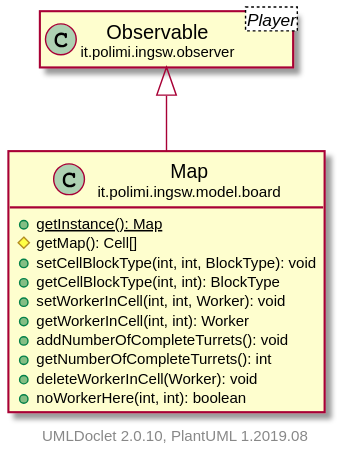
The PlantUML diagram deliverables/docs/it/polimi/ingsw/model/board/Map.svg in ToMmAzO/Progetto_IngSw_2020, before a commit. Source of this version:
```plantuml
@startuml
    set namespaceSeparator none
    hide empty fields
    hide empty methods

    class "<size:14>Map\n<size:10>it.polimi.ingsw.model.board" as it.polimi.ingsw.model.board.Map [[Map.html]] {
        {static} +getInstance(): Map
        #getMap(): Cell[]
        +setCellBlockType(int, int, BlockType): void
        +getCellBlockType(int, int): BlockType
        +setWorkerInCell(int, int, Worker): void
        +getWorkerInCell(int, int): Worker
        +addNumberOfCompleteTurrets(): void
        +getNumberOfCompleteTurrets(): int
        +deleteWorkerInCell(Worker): void
        +noWorkerHere(int, int): boolean
    }

    class "<size:14>Observable\n<size:10>it.polimi.ingsw.observer" as it.polimi.ingsw.observer.Observable<Player> [[../../observer/Observable.html]]

    it.polimi.ingsw.observer.Observable <|-- it.polimi.ingsw.model.board.Map

    center footer UMLDoclet 2.0.10, PlantUML 1.2019.08
@enduml
```
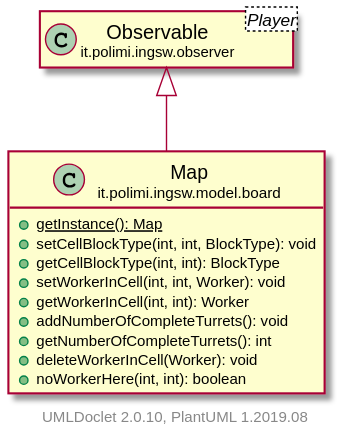
After the change.

What changed in the source:
```diff
@@ -5,7 +5,6 @@
 
     class "<size:14>Map\n<size:10>it.polimi.ingsw.model.board" as it.polimi.ingsw.model.board.Map [[Map.html]] {
         {static} +getInstance(): Map
-        #getMap(): Cell[]
         +setCellBlockType(int, int, BlockType): void
         +getCellBlockType(int, int): BlockType
         +setWorkerInCell(int, int, Worker): void
```
